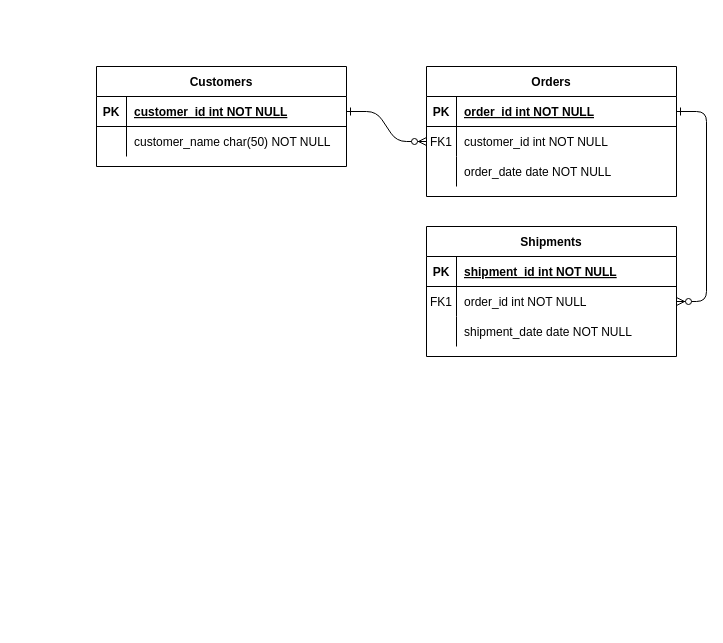
DrDaxter/diagrams keeps this draw.io diagram as task_manager.drawio. Above is the earlier version. Source tidied: cells renumbered, new cells numbered last; positions are measured from the earlier drawing's top-left corner, leaving out a move shared by most shapes. Both pictures are drawn from the tidied source at 100%, with x=0, y=0 at pixel (96, 66).
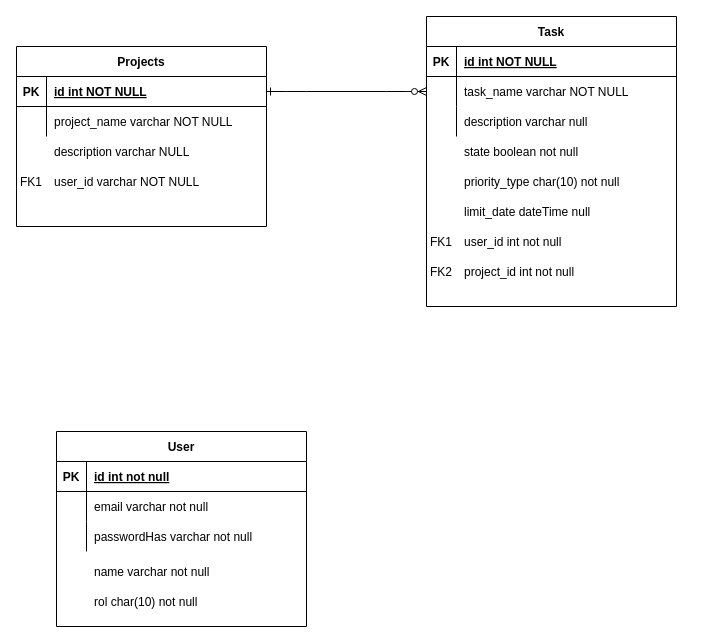
The same diagram, later.

The change refers to these unchanged cells:
```xml
<mxCell id="15" style="shape=partialRectangle;fillColor=none;top=0;left=0;right=0;bottom=1;" parent="14" vertex="1">
  <mxGeometry y="30" width="250" height="30" as="geometry" />
</mxCell>
<mxCell id="18" style="shape=partialRectangle;fillColor=none;points=[[0,0.5],[1,0.5]];portConstraint=eastwest;top=0;left=0;right=0;bottom=0;" parent="14" vertex="1">
  <mxGeometry y="60" width="250" height="30" as="geometry" />
</mxCell>
<mxCell id="21" style="shape=partialRectangle;fillColor=none;top=0;left=0;right=0;bottom=0;" parent="14" vertex="1">
  <mxGeometry y="90" width="250" height="30" as="geometry" />
</mxCell>
<mxCell id="25" style="shape=partialRectangle;fillColor=none;points=[[0,0.5],[1,0.5]];portConstraint=eastwest;top=0;left=0;right=0;bottom=1;" parent="24" vertex="1">
  <mxGeometry y="30" width="250" height="30" as="geometry" />
</mxCell>
<mxCell id="28" style="shape=partialRectangle;fillColor=none;top=0;left=0;right=0;bottom=0;" parent="24" vertex="1">
  <mxGeometry y="60" width="250" height="30" as="geometry" />
</mxCell>
```

The edit, as a diff of the source:
```diff
@@
-    <mxCell id="2" style="edgeStyle=entityRelationEdgeStyle;endArrow=ERzeroToMany;startArrow=ERone;endFill=1;startFill=0;" parent="1" edge="1" source="25" target="8">
+    <mxCell id="2" style="edgeStyle=entityRelationEdgeStyle;endArrow=ERzeroToMany;startArrow=ERone;endFill=1;startFill=0;strokeColor=default;" parent="1" edge="1" source="25" target="8">
       <mxGeometry relative="1" as="geometry" />
     </mxCell>
-    <mxCell id="3" style="edgeStyle=entityRelationEdgeStyle;endArrow=ERzeroToMany;startArrow=ERone;endFill=1;startFill=0;" parent="1" edge="1" source="5" target="18">
-      <mxGeometry relative="1" as="geometry" />
-    </mxCell>
-    <mxCell id="4" value="Orders" style="shape=table;startSize=30;childLayout=tableLayout;rowLines=0;fontStyle=1;align=center;" parent="1" vertex="1">
-      <mxGeometry x="330" width="250" height="130" as="geometry" />
-    </mxCell>
-    <mxCell id="5" style="shape=partialRectangle;fillColor=none;points=[[0,0.5],[1,0.5]];portConstraint=eastwest;top=0;left=0;right=0;bottom=1;" parent="4" vertex="1">
-      <mxGeometry y="30" width="250" height="30" as="geometry" />
-    </mxCell>
-    <mxCell id="6" value="PK" style="shape=partialRectangle;overflow=hidden;fillColor=none;top=0;left=0;bottom=0;right=0;fontStyle=1;" parent="5" vertex="1">
-      <mxGeometry width="30" height="30" as="geometry" />
-    </mxCell>
-    <mxCell id="7" value="order_id int NOT NULL " style="shape=partialRectangle;overflow=hidden;fillColor=none;top=0;left=0;bottom=0;right=0;align=left;spacingLeft=6;fontStyle=5;" parent="5" vertex="1">
-      <mxGeometry x="30" width="220" height="30" as="geometry" />
-    </mxCell>
-    <mxCell id="8" style="shape=partialRectangle;fillColor=none;points=[[0,0.5],[1,0.5]];portConstraint=eastwest;top=0;left=0;right=0;bottom=0;" parent="4" vertex="1">
-      <mxGeometry y="60" width="250" height="30" as="geometry" />
-    </mxCell>
-    <mxCell id="9" value="FK1" style="shape=partialRectangle;overflow=hidden;fillColor=none;top=0;left=0;bottom=0;right=0;" parent="8" vertex="1">
-      <mxGeometry width="30" height="30" as="geometry" />
-    </mxCell>
-    <mxCell id="10" value="customer_id int NOT NULL" style="shape=partialRectangle;overflow=hidden;fillColor=none;top=0;left=0;bottom=0;right=0;align=left;spacingLeft=6;" parent="8" vertex="1">
-      <mxGeometry x="30" width="220" height="30" as="geometry" />
-    </mxCell>
-    <mxCell id="11" style="shape=partialRectangle;fillColor=none;top=0;left=0;right=0;bottom=0;" parent="4" vertex="1">
-      <mxGeometry y="90" width="250" height="30" as="geometry" />
-    </mxCell>
-    <mxCell id="12" style="shape=partialRectangle;overflow=hidden;fillColor=none;top=0;left=0;bottom=0;right=0;" parent="11" vertex="1">
-      <mxGeometry width="30" height="30" as="geometry" />
-    </mxCell>
-    <mxCell id="13" value="order_date date NOT NULL" style="shape=partialRectangle;overflow=hidden;fillColor=none;top=0;left=0;bottom=0;right=0;align=left;spacingLeft=6;" parent="11" vertex="1">
-      <mxGeometry x="30" width="220" height="30" as="geometry" />
-    </mxCell>
-    <mxCell id="14" value="Shipments" style="shape=table;startSize=30;childLayout=tableLayout;rowLines=0;fontStyle=1;align=center;" parent="1" vertex="1">
-      <mxGeometry x="330" y="160" width="250" height="130" as="geometry" />
+    <mxCell id="14" value="User" style="shape=table;startSize=30;childLayout=tableLayout;rowLines=0;fontStyle=1;align=center;" parent="1" vertex="1">
+      <mxGeometry x="-40" y="365" width="250" height="195" as="geometry" />
     </mxCell>
@@
-    <mxCell id="17" value="shipment_id int NOT NULL " style="shape=partialRectangle;overflow=hidden;fillColor=none;top=0;left=0;bottom=0;right=0;align=left;spacingLeft=6;fontStyle=5;" parent="15" vertex="1">
+    <mxCell id="17" value="id int not null" style="shape=partialRectangle;overflow=hidden;fillColor=none;top=0;left=0;bottom=0;right=0;align=left;spacingLeft=6;fontStyle=5;" parent="15" vertex="1">
       <mxGeometry x="30" width="220" height="30" as="geometry" />
     </mxCell>
@@
-    <mxCell id="19" value="FK1" style="shape=partialRectangle;overflow=hidden;fillColor=none;top=0;left=0;bottom=0;right=0;" parent="18" vertex="1">
+    <mxCell id="19" style="shape=partialRectangle;overflow=hidden;fillColor=none;top=0;left=0;bottom=0;right=0;" parent="18" vertex="1">
       <mxGeometry width="30" height="30" as="geometry" />
     </mxCell>
-    <mxCell id="20" value="order_id int NOT NULL" style="shape=partialRectangle;overflow=hidden;fillColor=none;top=0;left=0;bottom=0;right=0;align=left;spacingLeft=6;" parent="18" vertex="1">
+    <mxCell id="20" value="email varchar not null" style="shape=partialRectangle;overflow=hidden;fillColor=none;top=0;left=0;bottom=0;right=0;align=left;spacingLeft=6;" parent="18" vertex="1">
       <mxGeometry x="30" width="220" height="30" as="geometry" />
     </mxCell>
@@
-    <mxCell id="23" value="shipment_date date NOT NULL" style="shape=partialRectangle;overflow=hidden;fillColor=none;top=0;left=0;bottom=0;right=0;align=left;spacingLeft=6;" parent="21" vertex="1">
+    <mxCell id="23" value="passwordHas varchar not null" style="shape=partialRectangle;overflow=hidden;fillColor=none;top=0;left=0;bottom=0;right=0;align=left;spacingLeft=6;" parent="21" vertex="1">
       <mxGeometry x="30" width="220" height="30" as="geometry" />
     </mxCell>
-    <mxCell id="24" value="Customers" style="shape=table;startSize=30;childLayout=tableLayout;rowLines=0;fontStyle=1;align=center;" parent="1" vertex="1">
-      <mxGeometry width="250" height="100" as="geometry" />
+    <mxCell id="24" value="Projects" style="shape=table;startSize=30;childLayout=tableLayout;rowLines=0;fontStyle=1;align=center;" parent="1" vertex="1">
+      <mxGeometry x="-80" y="-20" width="250" height="180" as="geometry" />
     </mxCell>
@@
-    <mxCell id="27" value="customer_id int NOT NULL " style="shape=partialRectangle;overflow=hidden;fillColor=none;top=0;left=0;bottom=0;right=0;align=left;spacingLeft=6;fontStyle=5;" parent="25" vertex="1">
+    <mxCell id="27" value="id int NOT NULL " style="shape=partialRectangle;overflow=hidden;fillColor=none;top=0;left=0;bottom=0;right=0;align=left;spacingLeft=6;fontStyle=5;" parent="25" vertex="1">
       <mxGeometry x="30" width="220" height="30" as="geometry" />
     </mxCell>
@@
-    <mxCell id="30" value="customer_name char(50) NOT NULL" style="shape=partialRectangle;overflow=hidden;fillColor=none;top=0;left=0;bottom=0;right=0;align=left;spacingLeft=6;" parent="28" vertex="1">
+    <mxCell id="30" value="project_name varchar NOT NULL" style="shape=partialRectangle;overflow=hidden;fillColor=none;top=0;left=0;bottom=0;right=0;align=left;spacingLeft=6;" parent="28" vertex="1">
       <mxGeometry x="30" width="220" height="30" as="geometry" />
     </mxCell>
+    <mxCell id="31" value="description varchar NULL" style="shape=partialRectangle;overflow=hidden;fillColor=none;top=0;left=0;bottom=0;right=0;align=left;spacingLeft=6;" parent="1" vertex="1">
+      <mxGeometry x="-50" y="70" width="220" height="30" as="geometry" />
+    </mxCell>
+    <mxCell id="32" value="user_id varchar NOT NULL" style="shape=partialRectangle;overflow=hidden;fillColor=none;top=0;left=0;bottom=0;right=0;align=left;spacingLeft=6;" parent="1" vertex="1">
+      <mxGeometry x="-50" y="100" width="220" height="30" as="geometry" />
+    </mxCell>
+    <mxCell id="33" value="FK1" style="shape=partialRectangle;overflow=hidden;fillColor=none;top=0;left=0;bottom=0;right=0;" parent="1" vertex="1">
+      <mxGeometry x="-80" y="100" width="30" height="30" as="geometry" />
+    </mxCell>
+    <mxCell id="4" value="Task" style="shape=table;startSize=30;childLayout=tableLayout;rowLines=0;fontStyle=1;align=center;" parent="1" vertex="1">
+      <mxGeometry x="330" y="-50" width="250" height="290" as="geometry" />
+    </mxCell>
+    <mxCell id="5" style="shape=partialRectangle;fillColor=none;points=[[0,0.5],[1,0.5]];portConstraint=eastwest;top=0;left=0;right=0;bottom=1;" parent="4" vertex="1">
+      <mxGeometry y="30" width="250" height="30" as="geometry" />
+    </mxCell>
+    <mxCell id="6" value="PK" style="shape=partialRectangle;overflow=hidden;fillColor=none;top=0;left=0;bottom=0;right=0;fontStyle=1;" parent="5" vertex="1">
+      <mxGeometry width="30" height="30" as="geometry" />
+    </mxCell>
+    <mxCell id="7" value="id int NOT NULL " style="shape=partialRectangle;overflow=hidden;fillColor=none;top=0;left=0;bottom=0;right=0;align=left;spacingLeft=6;fontStyle=5;" parent="5" vertex="1">
+      <mxGeometry x="30" width="220" height="30" as="geometry" />
+    </mxCell>
+    <mxCell id="8" style="shape=partialRectangle;fillColor=none;points=[[0,0.5],[1,0.5]];portConstraint=eastwest;top=0;left=0;right=0;bottom=0;" parent="4" vertex="1">
+      <mxGeometry y="60" width="250" height="30" as="geometry" />
+    </mxCell>
+    <mxCell id="9" style="shape=partialRectangle;overflow=hidden;fillColor=none;top=0;left=0;bottom=0;right=0;" parent="8" vertex="1">
+      <mxGeometry width="30" height="30" as="geometry" />
+    </mxCell>
+    <mxCell id="10" value="task_name varchar NOT NULL" style="shape=partialRectangle;overflow=hidden;fillColor=none;top=0;left=0;bottom=0;right=0;align=left;spacingLeft=6;" parent="8" vertex="1">
+      <mxGeometry x="30" width="220" height="30" as="geometry" />
+    </mxCell>
+    <mxCell id="11" style="shape=partialRectangle;fillColor=none;top=0;left=0;right=0;bottom=0;" parent="4" vertex="1">
+      <mxGeometry y="90" width="250" height="30" as="geometry" />
+    </mxCell>
+    <mxCell id="12" style="shape=partialRectangle;overflow=hidden;fillColor=none;top=0;left=0;bottom=0;right=0;" parent="11" vertex="1">
+      <mxGeometry width="30" height="30" as="geometry" />
+    </mxCell>
+    <mxCell id="13" value="description varchar null" style="shape=partialRectangle;overflow=hidden;fillColor=none;top=0;left=0;bottom=0;right=0;align=left;spacingLeft=6;" parent="11" vertex="1">
+      <mxGeometry x="30" width="220" height="30" as="geometry" />
+    </mxCell>
+    <mxCell id="34" value="state boolean not null" style="shape=partialRectangle;overflow=hidden;fillColor=none;top=0;left=0;bottom=0;right=0;align=left;spacingLeft=6;" parent="1" vertex="1">
+      <mxGeometry x="360" y="70" width="200" height="30" as="geometry" />
+    </mxCell>
+    <mxCell id="35" value="priority_type char(10) not null" style="shape=partialRectangle;overflow=hidden;fillColor=none;top=0;left=0;bottom=0;right=0;align=left;spacingLeft=6;" parent="1" vertex="1">
+      <mxGeometry x="360" y="100" width="200" height="30" as="geometry" />
+    </mxCell>
+    <mxCell id="36" value="limit_date dateTime null" style="shape=partialRectangle;overflow=hidden;fillColor=none;top=0;left=0;bottom=0;right=0;align=left;spacingLeft=6;" parent="1" vertex="1">
+      <mxGeometry x="360" y="130" width="200" height="30" as="geometry" />
+    </mxCell>
+    <mxCell id="37" value="user_id int not null" style="shape=partialRectangle;overflow=hidden;fillColor=none;top=0;left=0;bottom=0;right=0;align=left;spacingLeft=6;" parent="1" vertex="1">
+      <mxGeometry x="360" y="160" width="200" height="30" as="geometry" />
+    </mxCell>
+    <mxCell id="38" value="project_id int not null" style="shape=partialRectangle;overflow=hidden;fillColor=none;top=0;left=0;bottom=0;right=0;align=left;spacingLeft=6;" parent="1" vertex="1">
+      <mxGeometry x="360" y="190" width="200" height="30" as="geometry" />
+    </mxCell>
+    <mxCell id="39" value="FK2" style="shape=partialRectangle;overflow=hidden;fillColor=none;top=0;left=0;bottom=0;right=0;" parent="1" vertex="1">
+      <mxGeometry x="330" y="190" width="30" height="30" as="geometry" />
+    </mxCell>
+    <mxCell id="40" value="FK1" style="shape=partialRectangle;overflow=hidden;fillColor=none;top=0;left=0;bottom=0;right=0;" parent="1" vertex="1">
+      <mxGeometry x="330" y="160" width="30" height="30" as="geometry" />
+    </mxCell>
+    <mxCell id="41" value="name varchar not null" style="shape=partialRectangle;overflow=hidden;fillColor=none;top=0;left=0;bottom=0;right=0;align=left;spacingLeft=6;" parent="1" vertex="1">
+      <mxGeometry x="-10" y="490" width="220" height="30" as="geometry" />
+    </mxCell>
+    <mxCell id="42" value="rol char(10) not null" style="shape=partialRectangle;overflow=hidden;fillColor=none;top=0;left=0;bottom=0;right=0;align=left;spacingLeft=6;" parent="1" vertex="1">
+      <mxGeometry x="-10" y="520" width="220" height="30" as="geometry" />
+    </mxCell>
```
